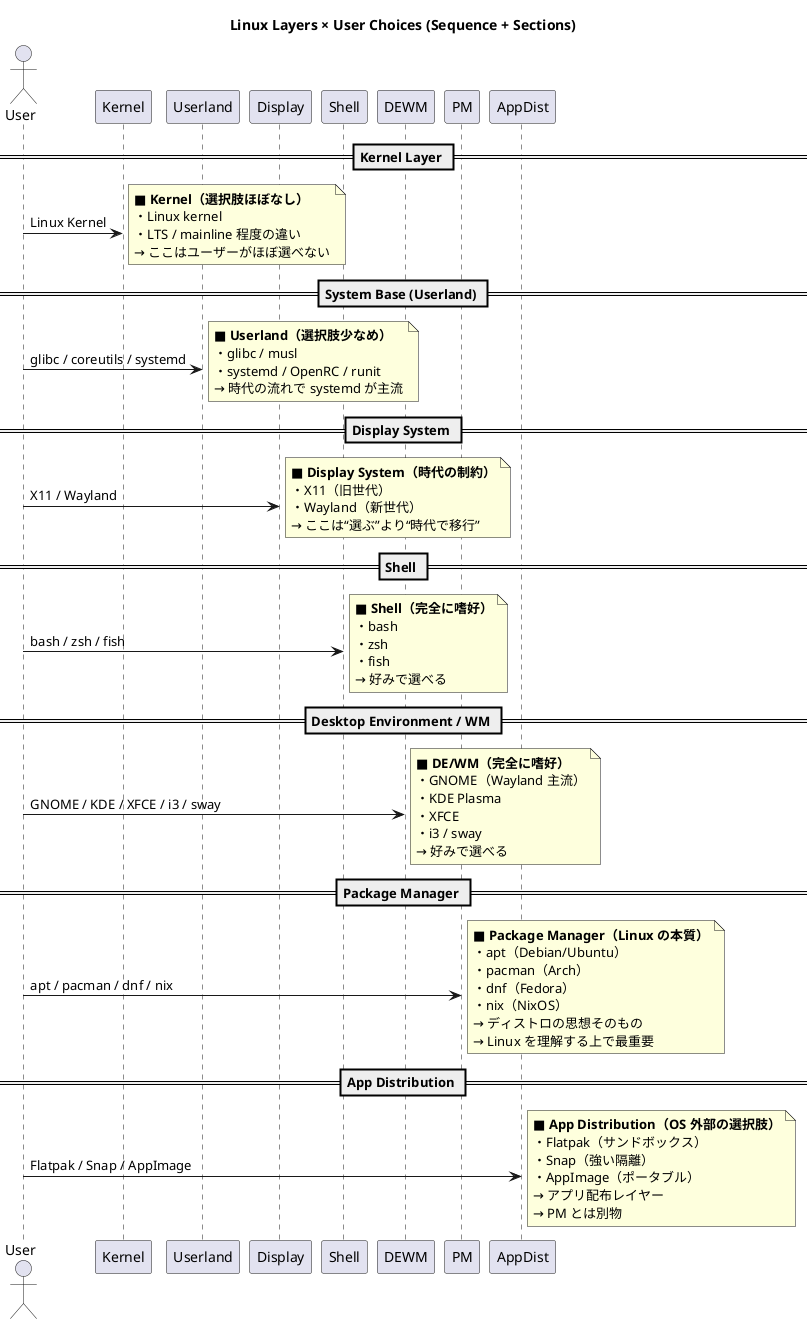
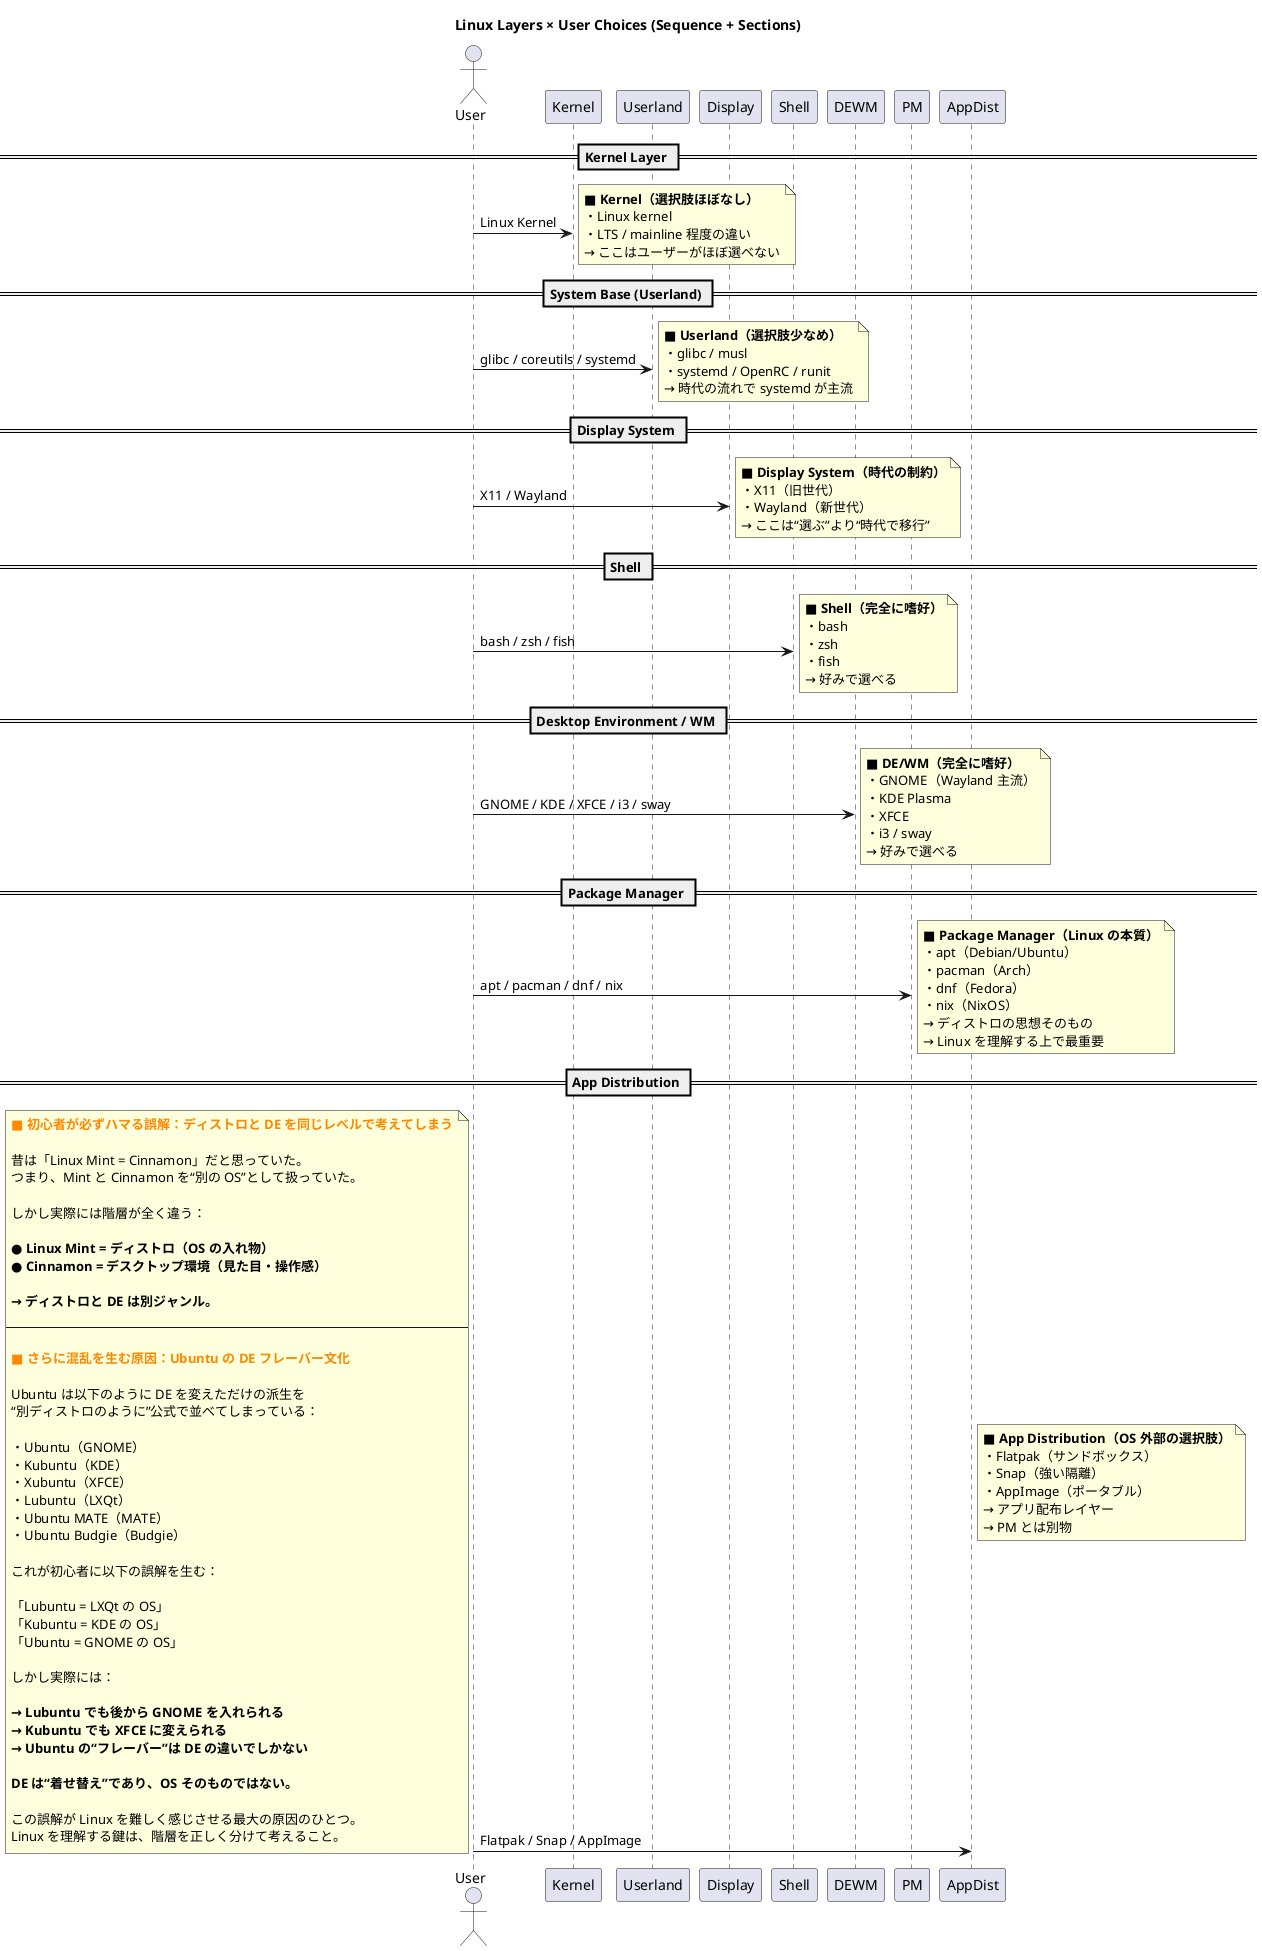
@startuml
title Linux Layers × User Choices (Sequence + Sections)

actor User

== Kernel Layer ==
User -> Kernel : Linux Kernel
note right
<b>■ Kernel（選択肢ほぼなし）</b>
・Linux kernel
・LTS / mainline 程度の違い
→ ここはユーザーがほぼ選べない
end note

== System Base (Userland) ==
User -> Userland : glibc / coreutils / systemd
note right
<b>■ Userland（選択肢少なめ）</b>
・glibc / musl
・systemd / OpenRC / runit
→ 時代の流れで systemd が主流
end note

== Display System ==
User -> Display : X11 / Wayland
note right
<b>■ Display System（時代の制約）</b>
・X11（旧世代）
・Wayland（新世代）
→ ここは“選ぶ”より“時代で移行”
end note

== Shell ==
User -> Shell : bash / zsh / fish
note right
<b>■ Shell（完全に嗜好）</b>
・bash
・zsh
・fish
→ 好みで選べる
end note

== Desktop Environment / WM ==
User -> DEWM : GNOME / KDE / XFCE / i3 / sway
note right
<b>■ DE/WM（完全に嗜好）</b>
・GNOME（Wayland 主流）
・KDE Plasma
・XFCE
・i3 / sway
→ 好みで選べる
end note

== Package Manager ==
User -> PM : apt / pacman / dnf / nix
note right
<b>■ Package Manager（Linux の本質）</b>
・apt（Debian/Ubuntu）
・pacman（Arch）
・dnf（Fedora）
・nix（NixOS）
→ ディストロの思想そのもの
→ Linux を理解する上で最重要
end note

== App Distribution ==
User -> AppDist : Flatpak / Snap / AppImage
note right
<b>■ App Distribution（OS 外部の選択肢）</b>
・Flatpak（サンドボックス）
・Snap（強い隔離）
・AppImage（ポータブル）
→ アプリ配布レイヤー
→ PM とは別物
end note

+ ' ★★★ Mint = Cinnamon 誤解メモ + Ubuntu フレーバー文化の混乱メモ ★★★
+ note bottom
+ <b><font color="#FF8800">■ 初心者が必ずハマる誤解：ディストロと DE を同じレベルで考えてしまう</font></b>
+ 
+ 昔は「Linux Mint = Cinnamon」だと思っていた。
+ つまり、Mint と Cinnamon を“別の OS”として扱っていた。
+ 
+ しかし実際には階層が全く違う：
+ 
+ <b>● Linux Mint = ディストロ（OS の入れ物）</b>
+ <b>● Cinnamon = デスクトップ環境（見た目・操作感）</b>
+ 
+ <b>→ ディストロと DE は別ジャンル。</b>
+ 
+ ---
+ 
+ <b><font color="#FF8800">■ さらに混乱を生む原因：Ubuntu の DE フレーバー文化</font></b>
+ 
+ Ubuntu は以下のように DE を変えただけの派生を
+ “別ディストロのように”公式で並べてしまっている：
+ 
+ ・Ubuntu（GNOME）
+ ・Kubuntu（KDE）
+ ・Xubuntu（XFCE）
+ ・Lubuntu（LXQt）
+ ・Ubuntu MATE（MATE）
+ ・Ubuntu Budgie（Budgie）
+ 
+ これが初心者に以下の誤解を生む：
+ 
+ 「Lubuntu = LXQt の OS」
+ 「Kubuntu = KDE の OS」
+ 「Ubuntu = GNOME の OS」
+ 
+ しかし実際には：
+ 
+ <b>→ Lubuntu でも後から GNOME を入れられる</b>
+ <b>→ Kubuntu でも XFCE に変えられる</b>
+ <b>→ Ubuntu の“フレーバー”は DE の違いでしかない</b>
+ 
+ <b>DE は“着せ替え”であり、OS そのものではない。</b>
+ 
+ この誤解が Linux を難しく感じさせる最大の原因のひとつ。
+ Linux を理解する鍵は、階層を正しく分けて考えること。
+ end note
+ 
@enduml